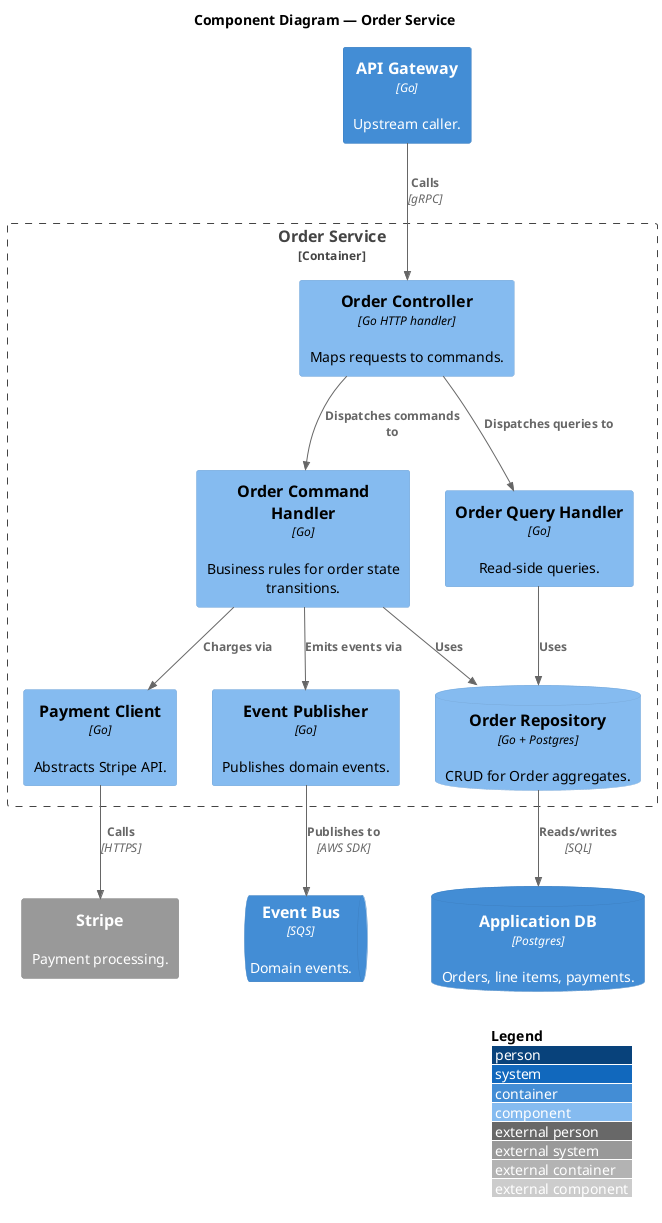
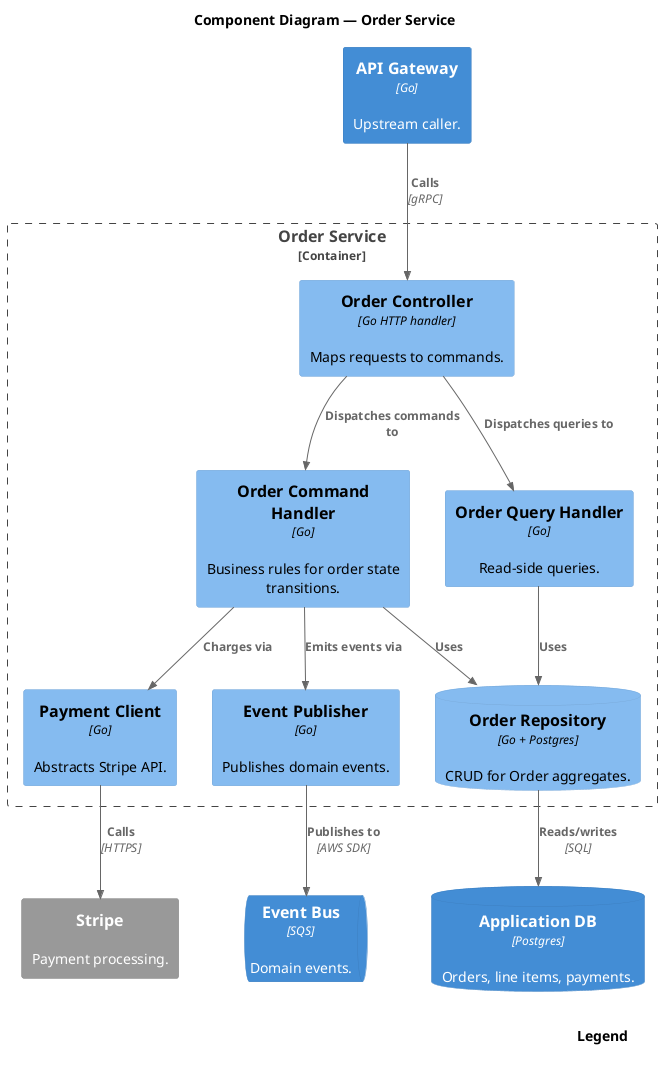
' C4 Component diagram skeleton.
' Shows: the components INSIDE one container, and how they collaborate.
' Other containers appear as endpoints/boundaries — not their internals.
'
' Stdlib include. Fallback for older PlantUML builds:
'   !include https://raw.githubusercontent.com/plantuml-stdlib/C4-PlantUML/master/C4_Component.puml

@startuml c4-component
!include <C4/C4_Component>

+ ' Optional modernized style (C4-PlantUML v2.13.0+).
+ ' !ROUNDED_STYLE=1
+ ' !NEW_C4_STYLE=1
+ 
+ ' Optional: switch direction.
' LAYOUT_LEFT_RIGHT()
- LAYOUT_WITH_LEGEND()
+ ' LAYOUT_LANDSCAPE()    ' add !NO_LAY_ROTATE=1 if Lay_*() hints stop working
+ 
+ SHOW_LEGEND()

title Component Diagram — Order Service

Container(api, "API Gateway", "Go", "Upstream caller.")
ContainerDb(db, "Application DB", "Postgres", "Orders, line items, payments.")
ContainerQueue(bus, "Event Bus", "SQS", "Domain events.")
System_Ext(stripe, "Stripe", "Payment processing.")

Container_Boundary(orders, "Order Service") {
    Component(orderController, "Order Controller", "Go HTTP handler", "Maps requests to commands.")
    Component(orderCmd, "Order Command Handler", "Go", "Business rules for order state transitions.")
    Component(orderQuery, "Order Query Handler", "Go", "Read-side queries.")
    Component(paymentClient, "Payment Client", "Go", "Abstracts Stripe API.")
    Component(eventPublisher, "Event Publisher", "Go", "Publishes domain events.")
    ComponentDb(orderRepo, "Order Repository", "Go + Postgres", "CRUD for Order aggregates.")
}

Rel(api, orderController, "Calls", "gRPC")
Rel(orderController, orderCmd, "Dispatches commands to")
Rel(orderController, orderQuery, "Dispatches queries to")
Rel(orderCmd, orderRepo, "Uses")
Rel(orderQuery, orderRepo, "Uses")
Rel(orderCmd, paymentClient, "Charges via")
Rel(orderCmd, eventPublisher, "Emits events via")
Rel(orderRepo, db, "Reads/writes", "SQL")
Rel(paymentClient, stripe, "Calls", "HTTPS")
Rel(eventPublisher, bus, "Publishes to", "AWS SDK")

@enduml
